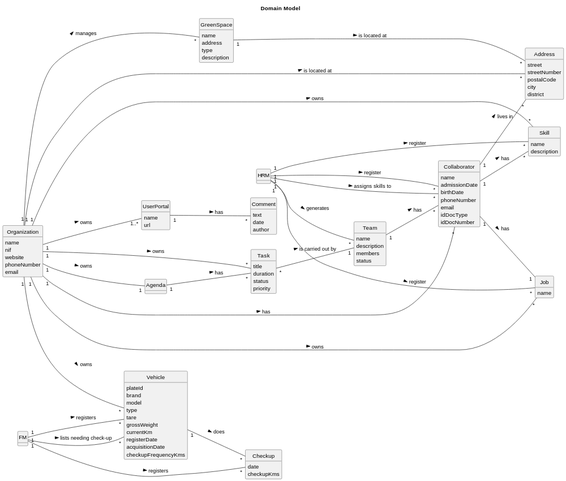
Before: docs/sprintA/global-artifacts/02.analysis/svg/project-domain-model.svg, a diagram exported from PlantUML (Rui-San/LAPR2_2023_2024).
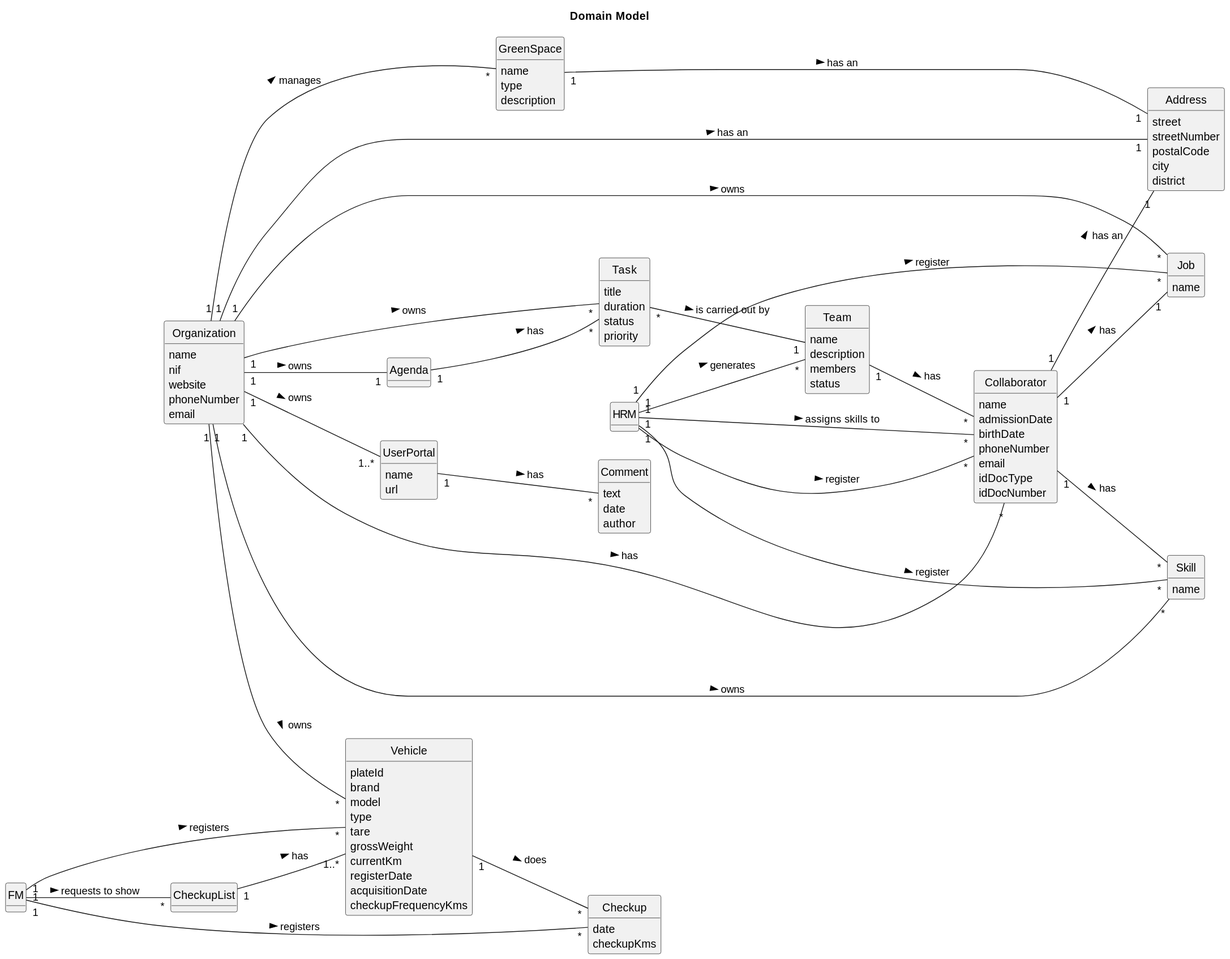
The same diagram one commit later.

Change to the diagram source:
```diff
@@ -19,7 +19,7 @@
 
 class Skill{
     name
-    description
+
 }
 
 class Collaborator{
@@ -68,13 +68,16 @@
     date
     checkupKms
 }
+class CheckupList{
+
+}
 
 class GreenSpace{
     name
-    address
     type
     description
 }
+
 
 class Address{
     street
@@ -102,30 +105,31 @@
     author
 }
 
+Organization "1" -- "*" Task : "owns >"
+Organization "1" -- "1" Agenda : "owns >"
+Organization "1" -- "1" Address : "has an >"
+Organization "1" -- "1..*" UserPortal : "owns >"
+Organization "1" -- "*" GreenSpace : "manages >"
+Organization "1" -- "*" Skill : "owns >"
+Organization "1" -- "*" Job : "owns >"
+Organization "1" -- "*" Collaborator : "has >"
+Organization "1" -- "*" Vehicle : "owns >"
+Collaborator "1" -- "*" Skill : "has >"
+Collaborator "1" -- "1" Address : "has an >"
+Collaborator "1" -- "1" Job : "has >"
+HRM "1" -- "*" Skill : "register >"
+HRM "1" -- "*" Job : "register >"
+HRM "1" -- "*" Collaborator : "register >"
+HRM "1" -- "*" Collaborator : "assigns skills to >"
+HRM "1" -- "*" Team : "generates >"
+FM "1" -- "*" Vehicle : "registers >"
+FM "1" -- "*" Checkup : "registers >"
 UserPortal "1" -- "*" Comment : "has >"
-Organization "1" -- "1..*" UserPortal : "owns >"
 Agenda "1" -- "*" Task : "has >"
 Task "*" -- "1" Team : "is carried out by >"
-Organization "1" -- "*" Task : "owns >"
-Organization "1" -- "1" Agenda : "owns >"
-Organization "1" -- "*" Address : "is located at >"
-Collaborator "1" -- "*" Address : "lives in >"
-GreenSpace "1" -- "*" Address : "is located at >"
-Organization "1" -- "*" GreenSpace : "manages >"
-Organization "1" -- "*" Skill : "owns >"
-HRM "1" -- "*" Skill : "register >"
-Organization "1" -- "*" Job : "owns >"
-HRM "1" -- "*" Job : "register >"
-HRM "1" -- "*" Collaborator : "register >"
-Organization "1" -- "*" Collaborator : "has >"
-HRM "1" -- "*" Collaborator : "assigns skills to >"
-Collaborator "1" -- "*" Skill : "has >"
-Collaborator "1" -- "1" Job : "has >"
+GreenSpace "1" -- "1" Address : "has an >"
 Team "1" -- "*" Collaborator : "has >"
-HRM "1" -- "*" Team : "generates >"
-Organization "1" -- "*" Vehicle : "owns >"
-FM "1" -- "*" Vehicle : "registers >"
-FM "1" -- "*" Vehicle : "lists needing check-up >"
 Vehicle "1" -- "*" Checkup : "does >"
-FM "1" -- "*" Checkup : "registers >"
+CheckupList "1" -- "1..*" Vehicle : "has >"
+FM "1" -- "*" CheckupList : "requests to show >"
 @enduml
```
